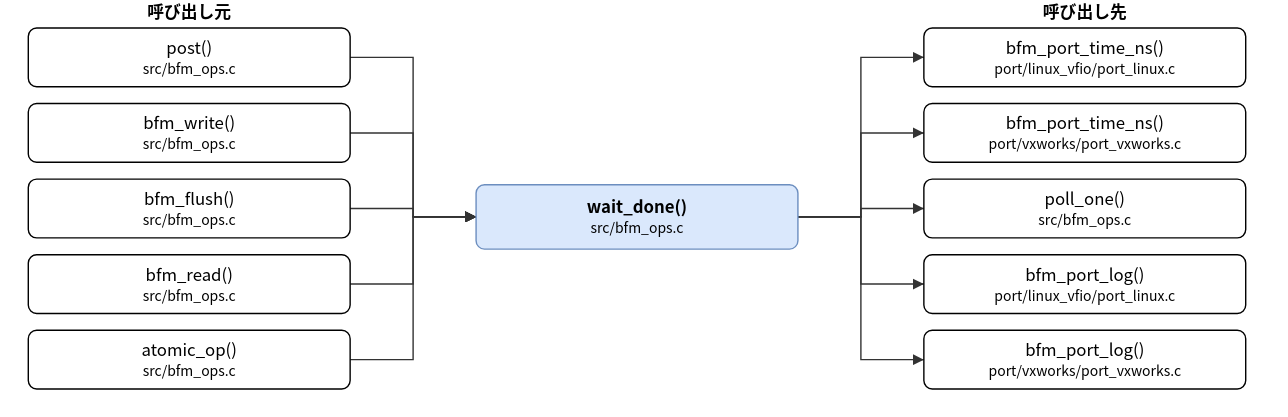
Before: doc/spec/images/call_src_bfm_ops-wait_done.drawio.svg, a diagram exported from draw.io (hf355051012-ai/bfmem). Source tidied: cells renumbered, new cells last; positions are measured from the earlier drawing's top-left corner, leaving out a move shared by most shapes. Source of this version:
```xml
<mxGraphModel>
  <root>
    <mxCell id="0" />
    <mxCell id="1" parent="0" />
    <mxCell id="2" value="wait_done()&lt;br&gt;&lt;font style=&quot;font-size:10px&quot;&gt;src/bfm_ops.c&lt;/font&gt;" style="rounded=1;whiteSpace=wrap;html=1;fillColor=#dae8fc;strokeColor=#6c8ebf;fontStyle=1;" parent="1" vertex="1">
      <mxGeometry x="320" y="132" width="230" height="46" as="geometry" />
    </mxCell>
    <mxCell id="3" value="post()&lt;br&gt;&lt;font style=&quot;font-size:10px&quot;&gt;src/bfm_ops.c&lt;/font&gt;" style="rounded=1;whiteSpace=wrap;html=1;" parent="1" vertex="1">
      <mxGeometry y="20" width="230" height="42" as="geometry" />
    </mxCell>
    <mxCell id="4" value="bfm_write()&lt;br&gt;&lt;font style=&quot;font-size:10px&quot;&gt;src/bfm_ops.c&lt;/font&gt;" style="rounded=1;whiteSpace=wrap;html=1;" parent="1" vertex="1">
      <mxGeometry y="74" width="230" height="42" as="geometry" />
    </mxCell>
    <mxCell id="5" value="bfm_flush()&lt;br&gt;&lt;font style=&quot;font-size:10px&quot;&gt;src/bfm_ops.c&lt;/font&gt;" style="rounded=1;whiteSpace=wrap;html=1;" parent="1" vertex="1">
      <mxGeometry y="128" width="230" height="42" as="geometry" />
    </mxCell>
    <mxCell id="6" value="bfm_read()&lt;br&gt;&lt;font style=&quot;font-size:10px&quot;&gt;src/bfm_ops.c&lt;/font&gt;" style="rounded=1;whiteSpace=wrap;html=1;" parent="1" vertex="1">
      <mxGeometry y="182" width="230" height="42" as="geometry" />
    </mxCell>
    <mxCell id="7" value="atomic_op()&lt;br&gt;&lt;font style=&quot;font-size:10px&quot;&gt;src/bfm_ops.c&lt;/font&gt;" style="rounded=1;whiteSpace=wrap;html=1;" parent="1" vertex="1">
      <mxGeometry y="236" width="230" height="42" as="geometry" />
    </mxCell>
    <mxCell id="8" value="bfm_port_time_ns()&lt;br&gt;&lt;font style=&quot;font-size:10px&quot;&gt;port/linux_vfio/port_linux.c&lt;/font&gt;" style="rounded=1;whiteSpace=wrap;html=1;" parent="1" vertex="1">
      <mxGeometry x="640" y="20" width="230" height="42" as="geometry" />
    </mxCell>
    <mxCell id="9" value="bfm_port_time_ns()&lt;br&gt;&lt;font style=&quot;font-size:10px&quot;&gt;port/vxworks/port_vxworks.c&lt;/font&gt;" style="rounded=1;whiteSpace=wrap;html=1;" parent="1" vertex="1">
      <mxGeometry x="640" y="74" width="230" height="42" as="geometry" />
    </mxCell>
    <mxCell id="10" value="poll_one()&lt;br&gt;&lt;font style=&quot;font-size:10px&quot;&gt;src/bfm_ops.c&lt;/font&gt;" style="rounded=1;whiteSpace=wrap;html=1;" parent="1" vertex="1">
      <mxGeometry x="640" y="128" width="230" height="42" as="geometry" />
    </mxCell>
    <mxCell id="11" value="bfm_port_log()&lt;br&gt;&lt;font style=&quot;font-size:10px&quot;&gt;port/linux_vfio/port_linux.c&lt;/font&gt;" style="rounded=1;whiteSpace=wrap;html=1;" parent="1" vertex="1">
      <mxGeometry x="640" y="182" width="230" height="42" as="geometry" />
    </mxCell>
    <mxCell id="12" value="bfm_port_log()&lt;br&gt;&lt;font style=&quot;font-size:10px&quot;&gt;port/vxworks/port_vxworks.c&lt;/font&gt;" style="rounded=1;whiteSpace=wrap;html=1;" parent="1" vertex="1">
      <mxGeometry x="640" y="236" width="230" height="42" as="geometry" />
    </mxCell>
    <mxCell id="13" style="edgeStyle=none;html=1;rounded=0;endArrow=block;endFill=1;exitX=1.0000;exitY=0.5000;exitDx=0;exitDy=0;exitPerimeter=0;entryX=0.0000;entryY=0.5000;entryDx=0;entryDy=0;entryPerimeter=0;" parent="1" edge="1" source="3" target="2">
      <mxGeometry relative="1" as="geometry">
        <Array as="points">
          <mxPoint x="275" y="41" />
          <mxPoint x="275" y="155" />
        </Array>
      </mxGeometry>
    </mxCell>
    <mxCell id="14" style="edgeStyle=none;html=1;rounded=0;endArrow=block;endFill=1;exitX=1.0000;exitY=0.5000;exitDx=0;exitDy=0;exitPerimeter=0;entryX=0.0000;entryY=0.5000;entryDx=0;entryDy=0;entryPerimeter=0;" parent="1" edge="1" source="4" target="2">
      <mxGeometry relative="1" as="geometry">
        <Array as="points">
          <mxPoint x="275" y="95" />
          <mxPoint x="275" y="155" />
        </Array>
      </mxGeometry>
    </mxCell>
    <mxCell id="15" style="edgeStyle=none;html=1;rounded=0;endArrow=block;endFill=1;exitX=1.0000;exitY=0.5000;exitDx=0;exitDy=0;exitPerimeter=0;entryX=0.0000;entryY=0.5000;entryDx=0;entryDy=0;entryPerimeter=0;" parent="1" edge="1" source="5" target="2">
      <mxGeometry relative="1" as="geometry">
        <Array as="points">
          <mxPoint x="275" y="149" />
          <mxPoint x="275" y="155" />
        </Array>
      </mxGeometry>
    </mxCell>
    <mxCell id="16" style="edgeStyle=none;html=1;rounded=0;endArrow=block;endFill=1;exitX=1.0000;exitY=0.5000;exitDx=0;exitDy=0;exitPerimeter=0;entryX=0.0000;entryY=0.5000;entryDx=0;entryDy=0;entryPerimeter=0;" parent="1" edge="1" source="6" target="2">
      <mxGeometry relative="1" as="geometry">
        <Array as="points">
          <mxPoint x="275" y="203" />
          <mxPoint x="275" y="155" />
        </Array>
      </mxGeometry>
    </mxCell>
    <mxCell id="17" style="edgeStyle=none;html=1;rounded=0;endArrow=block;endFill=1;exitX=1.0000;exitY=0.5000;exitDx=0;exitDy=0;exitPerimeter=0;entryX=0.0000;entryY=0.5000;entryDx=0;entryDy=0;entryPerimeter=0;" parent="1" edge="1" source="7" target="2">
      <mxGeometry relative="1" as="geometry">
        <Array as="points">
          <mxPoint x="275" y="257" />
          <mxPoint x="275" y="155" />
        </Array>
      </mxGeometry>
    </mxCell>
    <mxCell id="18" style="edgeStyle=none;html=1;rounded=0;endArrow=block;endFill=1;exitX=1.0000;exitY=0.5000;exitDx=0;exitDy=0;exitPerimeter=0;entryX=0.0000;entryY=0.5000;entryDx=0;entryDy=0;entryPerimeter=0;" parent="1" edge="1" source="2" target="8">
      <mxGeometry relative="1" as="geometry">
        <Array as="points">
          <mxPoint x="595" y="155" />
          <mxPoint x="595" y="41" />
        </Array>
      </mxGeometry>
    </mxCell>
    <mxCell id="19" style="edgeStyle=none;html=1;rounded=0;endArrow=block;endFill=1;exitX=1.0000;exitY=0.5000;exitDx=0;exitDy=0;exitPerimeter=0;entryX=0.0000;entryY=0.5000;entryDx=0;entryDy=0;entryPerimeter=0;" parent="1" edge="1" source="2" target="9">
      <mxGeometry relative="1" as="geometry">
        <Array as="points">
          <mxPoint x="595" y="155" />
          <mxPoint x="595" y="95" />
        </Array>
      </mxGeometry>
    </mxCell>
    <mxCell id="20" style="edgeStyle=none;html=1;rounded=0;endArrow=block;endFill=1;exitX=1.0000;exitY=0.5000;exitDx=0;exitDy=0;exitPerimeter=0;entryX=0.0000;entryY=0.5000;entryDx=0;entryDy=0;entryPerimeter=0;" parent="1" edge="1" source="2" target="10">
      <mxGeometry relative="1" as="geometry">
        <Array as="points">
          <mxPoint x="595" y="155" />
          <mxPoint x="595" y="149" />
        </Array>
      </mxGeometry>
    </mxCell>
    <mxCell id="21" style="edgeStyle=none;html=1;rounded=0;endArrow=block;endFill=1;exitX=1.0000;exitY=0.5000;exitDx=0;exitDy=0;exitPerimeter=0;entryX=0.0000;entryY=0.5000;entryDx=0;entryDy=0;entryPerimeter=0;" parent="1" edge="1" source="2" target="11">
      <mxGeometry relative="1" as="geometry">
        <Array as="points">
          <mxPoint x="595" y="155" />
          <mxPoint x="595" y="203" />
        </Array>
      </mxGeometry>
    </mxCell>
    <mxCell id="22" style="edgeStyle=none;html=1;rounded=0;endArrow=block;endFill=1;exitX=1.0000;exitY=0.5000;exitDx=0;exitDy=0;exitPerimeter=0;entryX=0.0000;entryY=0.5000;entryDx=0;entryDy=0;entryPerimeter=0;" parent="1" edge="1" source="2" target="12">
      <mxGeometry relative="1" as="geometry">
        <Array as="points">
          <mxPoint x="595" y="155" />
          <mxPoint x="595" y="257" />
        </Array>
      </mxGeometry>
    </mxCell>
    <mxCell id="23" value="呼び出し元" style="text;html=1;align=center;fontStyle=1;" parent="1" vertex="1">
      <mxGeometry x="35" width="160" height="18" as="geometry" />
    </mxCell>
    <mxCell id="24" value="呼び出し先" style="text;html=1;align=center;fontStyle=1;" parent="1" vertex="1">
      <mxGeometry x="675" width="160" height="18" as="geometry" />
    </mxCell>
  </root>
</mxGraphModel>
```
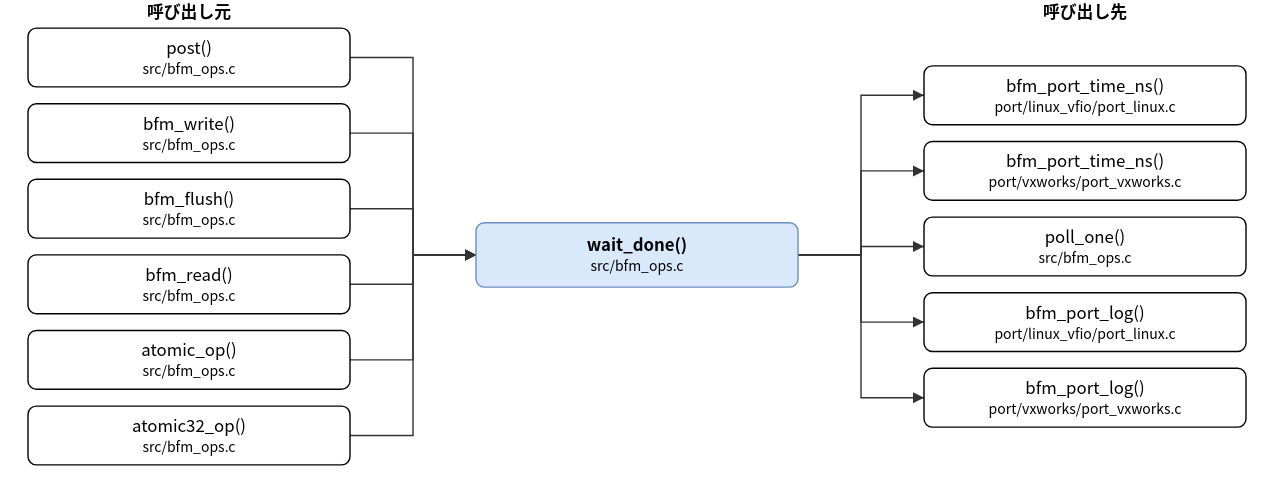
The same diagram one commit later.

Change to the diagram source:
```diff
@@ -3,7 +3,7 @@
     <mxCell id="0" />
     <mxCell id="1" parent="0" />
     <mxCell id="2" value="wait_done()&lt;br&gt;&lt;font style=&quot;font-size:10px&quot;&gt;src/bfm_ops.c&lt;/font&gt;" style="rounded=1;whiteSpace=wrap;html=1;fillColor=#dae8fc;strokeColor=#6c8ebf;fontStyle=1;" parent="1" vertex="1">
-      <mxGeometry x="320" y="132" width="230" height="46" as="geometry" />
+      <mxGeometry x="320" y="159" width="230" height="46" as="geometry" />
     </mxCell>
     <mxCell id="3" value="post()&lt;br&gt;&lt;font style=&quot;font-size:10px&quot;&gt;src/bfm_ops.c&lt;/font&gt;" style="rounded=1;whiteSpace=wrap;html=1;" parent="1" vertex="1">
       <mxGeometry y="20" width="230" height="42" as="geometry" />
@@ -20,26 +20,29 @@
     <mxCell id="7" value="atomic_op()&lt;br&gt;&lt;font style=&quot;font-size:10px&quot;&gt;src/bfm_ops.c&lt;/font&gt;" style="rounded=1;whiteSpace=wrap;html=1;" parent="1" vertex="1">
       <mxGeometry y="236" width="230" height="42" as="geometry" />
     </mxCell>
+    <mxCell id="25" value="atomic32_op()&lt;br&gt;&lt;font style=&quot;font-size:10px&quot;&gt;src/bfm_ops.c&lt;/font&gt;" style="rounded=1;whiteSpace=wrap;html=1;" parent="1" vertex="1">
+      <mxGeometry y="290" width="230" height="42" as="geometry" />
+    </mxCell>
     <mxCell id="8" value="bfm_port_time_ns()&lt;br&gt;&lt;font style=&quot;font-size:10px&quot;&gt;port/linux_vfio/port_linux.c&lt;/font&gt;" style="rounded=1;whiteSpace=wrap;html=1;" parent="1" vertex="1">
-      <mxGeometry x="640" y="20" width="230" height="42" as="geometry" />
+      <mxGeometry x="640" y="47" width="230" height="42" as="geometry" />
     </mxCell>
     <mxCell id="9" value="bfm_port_time_ns()&lt;br&gt;&lt;font style=&quot;font-size:10px&quot;&gt;port/vxworks/port_vxworks.c&lt;/font&gt;" style="rounded=1;whiteSpace=wrap;html=1;" parent="1" vertex="1">
-      <mxGeometry x="640" y="74" width="230" height="42" as="geometry" />
+      <mxGeometry x="640" y="101" width="230" height="42" as="geometry" />
     </mxCell>
     <mxCell id="10" value="poll_one()&lt;br&gt;&lt;font style=&quot;font-size:10px&quot;&gt;src/bfm_ops.c&lt;/font&gt;" style="rounded=1;whiteSpace=wrap;html=1;" parent="1" vertex="1">
-      <mxGeometry x="640" y="128" width="230" height="42" as="geometry" />
+      <mxGeometry x="640" y="155" width="230" height="42" as="geometry" />
     </mxCell>
     <mxCell id="11" value="bfm_port_log()&lt;br&gt;&lt;font style=&quot;font-size:10px&quot;&gt;port/linux_vfio/port_linux.c&lt;/font&gt;" style="rounded=1;whiteSpace=wrap;html=1;" parent="1" vertex="1">
-      <mxGeometry x="640" y="182" width="230" height="42" as="geometry" />
+      <mxGeometry x="640" y="209" width="230" height="42" as="geometry" />
     </mxCell>
     <mxCell id="12" value="bfm_port_log()&lt;br&gt;&lt;font style=&quot;font-size:10px&quot;&gt;port/vxworks/port_vxworks.c&lt;/font&gt;" style="rounded=1;whiteSpace=wrap;html=1;" parent="1" vertex="1">
-      <mxGeometry x="640" y="236" width="230" height="42" as="geometry" />
+      <mxGeometry x="640" y="263" width="230" height="42" as="geometry" />
     </mxCell>
     <mxCell id="13" style="edgeStyle=none;html=1;rounded=0;endArrow=block;endFill=1;exitX=1.0000;exitY=0.5000;exitDx=0;exitDy=0;exitPerimeter=0;entryX=0.0000;entryY=0.5000;entryDx=0;entryDy=0;entryPerimeter=0;" parent="1" edge="1" source="3" target="2">
       <mxGeometry relative="1" as="geometry">
         <Array as="points">
           <mxPoint x="275" y="41" />
-          <mxPoint x="275" y="155" />
+          <mxPoint x="275" y="182" />
         </Array>
       </mxGeometry>
     </mxCell>
@@ -47,7 +50,7 @@
       <mxGeometry relative="1" as="geometry">
         <Array as="points">
           <mxPoint x="275" y="95" />
-          <mxPoint x="275" y="155" />
+          <mxPoint x="275" y="182" />
         </Array>
       </mxGeometry>
     </mxCell>
@@ -55,7 +58,7 @@
       <mxGeometry relative="1" as="geometry">
         <Array as="points">
           <mxPoint x="275" y="149" />
-          <mxPoint x="275" y="155" />
+          <mxPoint x="275" y="182" />
         </Array>
       </mxGeometry>
     </mxCell>
@@ -63,7 +66,7 @@
       <mxGeometry relative="1" as="geometry">
         <Array as="points">
           <mxPoint x="275" y="203" />
-          <mxPoint x="275" y="155" />
+          <mxPoint x="275" y="182" />
         </Array>
       </mxGeometry>
     </mxCell>
@@ -71,50 +74,58 @@
       <mxGeometry relative="1" as="geometry">
         <Array as="points">
           <mxPoint x="275" y="257" />
-          <mxPoint x="275" y="155" />
+          <mxPoint x="275" y="182" />
         </Array>
       </mxGeometry>
     </mxCell>
-    <mxCell id="18" style="edgeStyle=none;html=1;rounded=0;endArrow=block;endFill=1;exitX=1.0000;exitY=0.5000;exitDx=0;exitDy=0;exitPerimeter=0;entryX=0.0000;entryY=0.5000;entryDx=0;entryDy=0;entryPerimeter=0;" parent="1" edge="1" source="2" target="8">
+    <mxCell id="18" style="edgeStyle=none;html=1;rounded=0;endArrow=block;endFill=1;exitX=1.0000;exitY=0.5000;exitDx=0;exitDy=0;exitPerimeter=0;entryX=0.0000;entryY=0.5000;entryDx=0;entryDy=0;entryPerimeter=0;" parent="1" edge="1" source="25" target="2">
       <mxGeometry relative="1" as="geometry">
         <Array as="points">
-          <mxPoint x="595" y="155" />
-          <mxPoint x="595" y="41" />
+          <mxPoint x="275" y="311" />
+          <mxPoint x="275" y="182" />
         </Array>
       </mxGeometry>
     </mxCell>
-    <mxCell id="19" style="edgeStyle=none;html=1;rounded=0;endArrow=block;endFill=1;exitX=1.0000;exitY=0.5000;exitDx=0;exitDy=0;exitPerimeter=0;entryX=0.0000;entryY=0.5000;entryDx=0;entryDy=0;entryPerimeter=0;" parent="1" edge="1" source="2" target="9">
+    <mxCell id="19" style="edgeStyle=none;html=1;rounded=0;endArrow=block;endFill=1;exitX=1.0000;exitY=0.5000;exitDx=0;exitDy=0;exitPerimeter=0;entryX=0.0000;entryY=0.5000;entryDx=0;entryDy=0;entryPerimeter=0;" parent="1" edge="1" source="2" target="8">
       <mxGeometry relative="1" as="geometry">
         <Array as="points">
-          <mxPoint x="595" y="155" />
-          <mxPoint x="595" y="95" />
+          <mxPoint x="595" y="182" />
+          <mxPoint x="595" y="68" />
         </Array>
       </mxGeometry>
     </mxCell>
-    <mxCell id="20" style="edgeStyle=none;html=1;rounded=0;endArrow=block;endFill=1;exitX=1.0000;exitY=0.5000;exitDx=0;exitDy=0;exitPerimeter=0;entryX=0.0000;entryY=0.5000;entryDx=0;entryDy=0;entryPerimeter=0;" parent="1" edge="1" source="2" target="10">
+    <mxCell id="20" style="edgeStyle=none;html=1;rounded=0;endArrow=block;endFill=1;exitX=1.0000;exitY=0.5000;exitDx=0;exitDy=0;exitPerimeter=0;entryX=0.0000;entryY=0.5000;entryDx=0;entryDy=0;entryPerimeter=0;" parent="1" edge="1" source="2" target="9">
       <mxGeometry relative="1" as="geometry">
         <Array as="points">
-          <mxPoint x="595" y="155" />
-          <mxPoint x="595" y="149" />
+          <mxPoint x="595" y="182" />
+          <mxPoint x="595" y="122" />
         </Array>
       </mxGeometry>
     </mxCell>
-    <mxCell id="21" style="edgeStyle=none;html=1;rounded=0;endArrow=block;endFill=1;exitX=1.0000;exitY=0.5000;exitDx=0;exitDy=0;exitPerimeter=0;entryX=0.0000;entryY=0.5000;entryDx=0;entryDy=0;entryPerimeter=0;" parent="1" edge="1" source="2" target="11">
+    <mxCell id="21" style="edgeStyle=none;html=1;rounded=0;endArrow=block;endFill=1;exitX=1.0000;exitY=0.5000;exitDx=0;exitDy=0;exitPerimeter=0;entryX=0.0000;entryY=0.5000;entryDx=0;entryDy=0;entryPerimeter=0;" parent="1" edge="1" source="2" target="10">
       <mxGeometry relative="1" as="geometry">
         <Array as="points">
-          <mxPoint x="595" y="155" />
-          <mxPoint x="595" y="203" />
+          <mxPoint x="595" y="182" />
+          <mxPoint x="595" y="176" />
         </Array>
       </mxGeometry>
     </mxCell>
-    <mxCell id="22" style="edgeStyle=none;html=1;rounded=0;endArrow=block;endFill=1;exitX=1.0000;exitY=0.5000;exitDx=0;exitDy=0;exitPerimeter=0;entryX=0.0000;entryY=0.5000;entryDx=0;entryDy=0;entryPerimeter=0;" parent="1" edge="1" source="2" target="12">
+    <mxCell id="22" style="edgeStyle=none;html=1;rounded=0;endArrow=block;endFill=1;exitX=1.0000;exitY=0.5000;exitDx=0;exitDy=0;exitPerimeter=0;entryX=0.0000;entryY=0.5000;entryDx=0;entryDy=0;entryPerimeter=0;" parent="1" edge="1" source="2" target="11">
       <mxGeometry relative="1" as="geometry">
         <Array as="points">
-          <mxPoint x="595" y="155" />
-          <mxPoint x="595" y="257" />
+          <mxPoint x="595" y="182" />
+          <mxPoint x="595" y="230" />
         </Array>
       </mxGeometry>
     </mxCell>
+    <mxCell id="26" style="edgeStyle=none;html=1;rounded=0;endArrow=block;endFill=1;exitX=1.0000;exitY=0.5000;exitDx=0;exitDy=0;exitPerimeter=0;entryX=0.0000;entryY=0.5000;entryDx=0;entryDy=0;entryPerimeter=0;" parent="1" edge="1" source="2" target="12">
+      <mxGeometry relative="1" as="geometry">
+        <Array as="points">
+          <mxPoint x="595" y="182" />
+          <mxPoint x="595" y="284" />
+        </Array>
+      </mxGeometry>
+    </mxCell>
     <mxCell id="23" value="呼び出し元" style="text;html=1;align=center;fontStyle=1;" parent="1" vertex="1">
       <mxGeometry x="35" width="160" height="18" as="geometry" />
     </mxCell>
```
